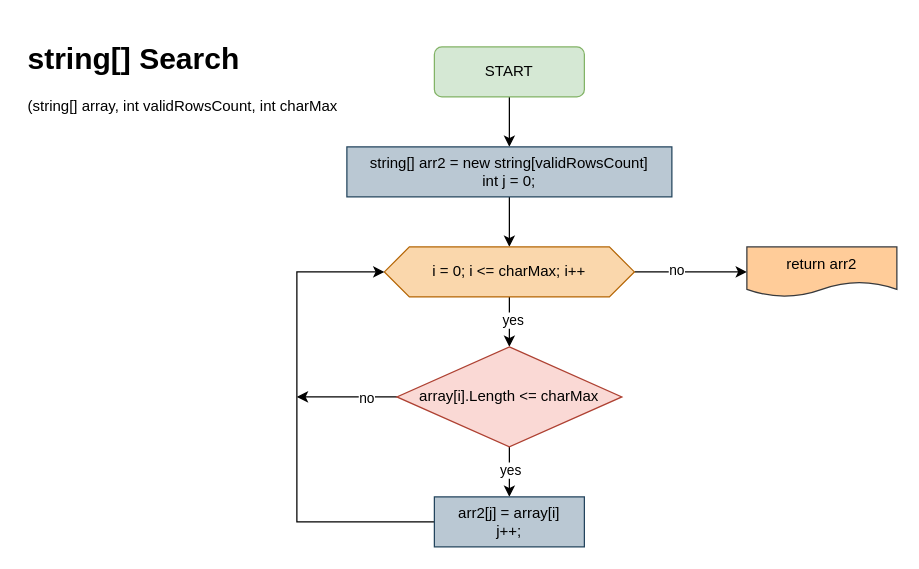
JAkee10/Testwork1 keeps this draw.io diagram as page "Страница — 2" (2 of 2) of Блок схема для КР по первому блоку.drawio. Above is the earlier version. Source tidied: cells renumbered, new cells numbered last; positions are measured from the earlier drawing's top-left corner, leaving out a move shared by most shapes. Both pictures are drawn from the tidied source at 125%, with x=0, y=0 at pixel (21, 34).
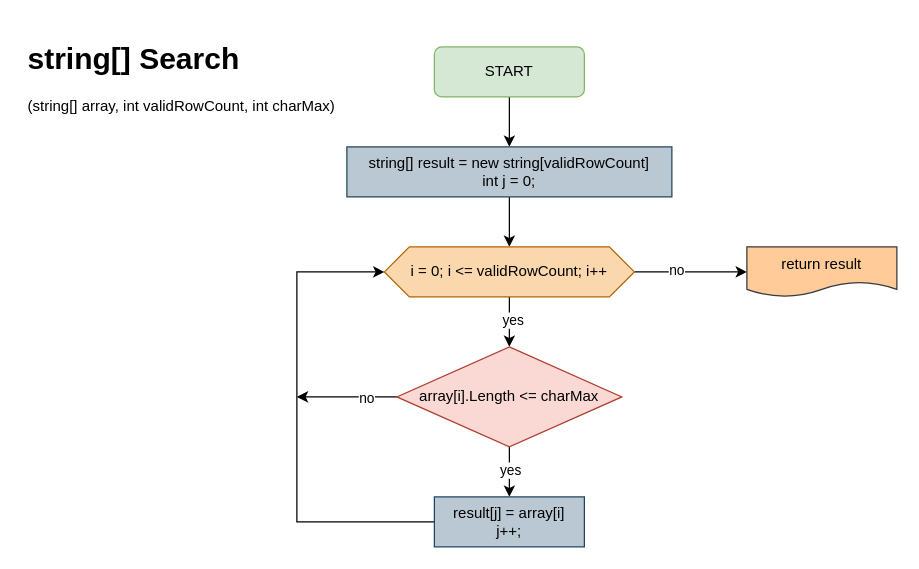
The same diagram, later.

What changed in the source:
```diff
@@
-    <mxCell id="2" value="&lt;h1&gt;string[] Search&lt;/h1&gt;&lt;div&gt;(string[] array, int validRowsCount, int charMax&lt;/div&gt;" style="text;html=1;strokeColor=none;fillColor=none;spacing=5;spacingTop=-20;whiteSpace=wrap;overflow=hidden;rounded=0;" parent="1" vertex="1">
+    <mxCell id="2" value="&lt;h1&gt;string[] Search&lt;/h1&gt;&lt;div&gt;(string[] array, int validRowCount, int charMax)&lt;/div&gt;" style="text;html=1;strokeColor=none;fillColor=none;spacing=5;spacingTop=-20;whiteSpace=wrap;overflow=hidden;rounded=0;" parent="1" vertex="1">
       <mxGeometry width="290" height="120" as="geometry" />
     </mxCell>
@@
-    <mxCell id="6" value="string[] arr2 = new string[validRowsCount]&lt;br&gt;int j = 0;" style="rounded=0;whiteSpace=wrap;html=1;fillColor=#bac8d3;strokeColor=#23445d;" parent="1" vertex="1">
+    <mxCell id="6" value="string[] result = new string[validRowCount]&lt;br&gt;int j = 0;" style="rounded=0;whiteSpace=wrap;html=1;fillColor=#bac8d3;strokeColor=#23445d;" parent="1" vertex="1">
       <mxGeometry x="260" y="90" width="260" height="40" as="geometry" />
     </mxCell>
@@
-    <mxCell id="11" value="i = 0; i &amp;lt;= charMax; i++" style="shape=hexagon;perimeter=hexagonPerimeter2;whiteSpace=wrap;html=1;fixedSize=1;fillColor=#fad7ac;strokeColor=#b46504;rounded=0;" parent="1" vertex="1">
+    <mxCell id="11" value="i = 0; i &amp;lt;= validRowCount; i++" style="shape=hexagon;perimeter=hexagonPerimeter2;whiteSpace=wrap;html=1;fixedSize=1;fillColor=#fad7ac;strokeColor=#b46504;rounded=0;" parent="1" vertex="1">
       <mxGeometry x="290" y="170" width="200" height="40" as="geometry" />
     </mxCell>
@@
-    <mxCell id="18" value="arr2[j] = array[i]&lt;br&gt;j++;" style="whiteSpace=wrap;html=1;fillColor=#bac8d3;strokeColor=#23445d;rounded=0;" parent="1" vertex="1">
+    <mxCell id="18" value="result[j] = array[i]&lt;br&gt;j++;" style="whiteSpace=wrap;html=1;fillColor=#bac8d3;strokeColor=#23445d;rounded=0;" parent="1" vertex="1">
       <mxGeometry x="330" y="370" width="120" height="40" as="geometry" />
     </mxCell>
-    <mxCell id="19" value="return arr2" style="shape=document;whiteSpace=wrap;html=1;boundedLbl=1;fillColor=#ffcc99;strokeColor=#36393d;rounded=0;" parent="1" vertex="1">
+    <mxCell id="19" value="return result" style="shape=document;whiteSpace=wrap;html=1;boundedLbl=1;fillColor=#ffcc99;strokeColor=#36393d;rounded=0;" parent="1" vertex="1">
       <mxGeometry x="580" y="170" width="120" height="40" as="geometry" />
     </mxCell>
```
